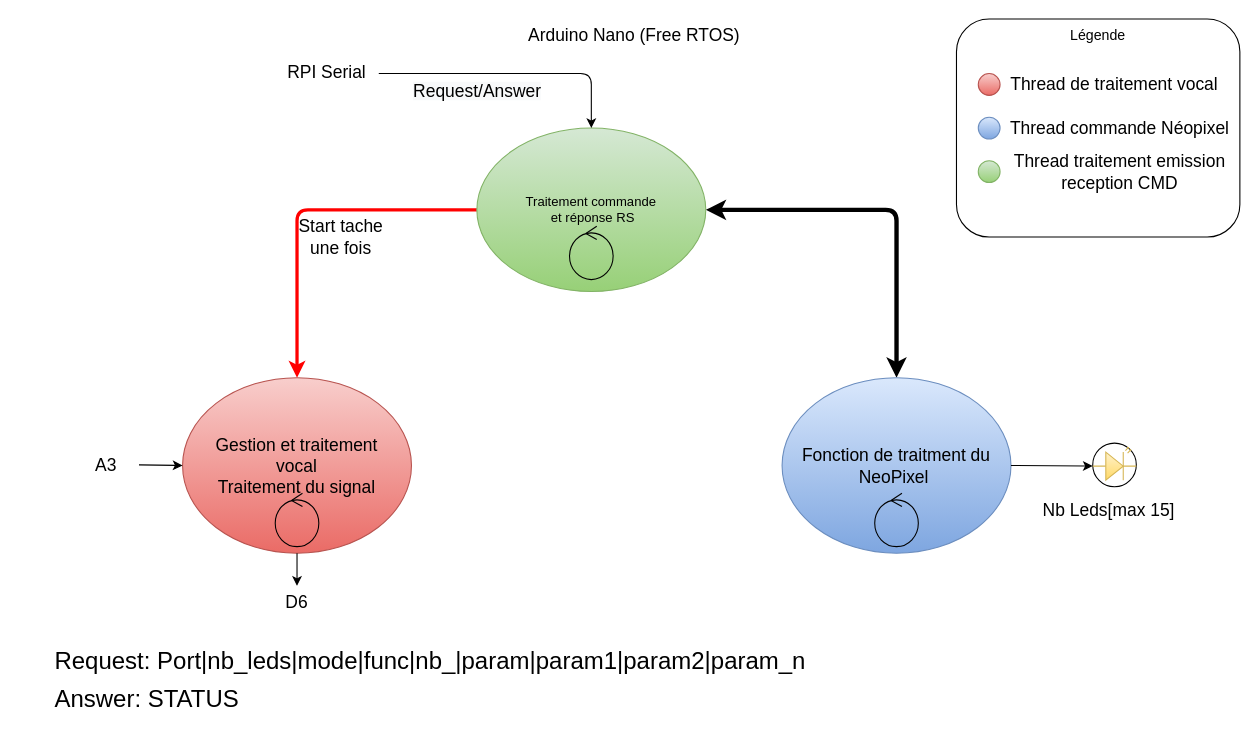
Before: page "Code Arduino Nano" (4 of 5) of 01 - Etude/Diagrammes système.drawio in QGim/OS_InMoov, a draw.io diagram. Source tidied: cells renumbered, new cells numbered last; positions are measured from the earlier drawing's top-left corner, leaving out a move shared by most shapes. Both pictures are drawn from the tidied source at 109%, with x=0, y=0 at pixel (40, 19).
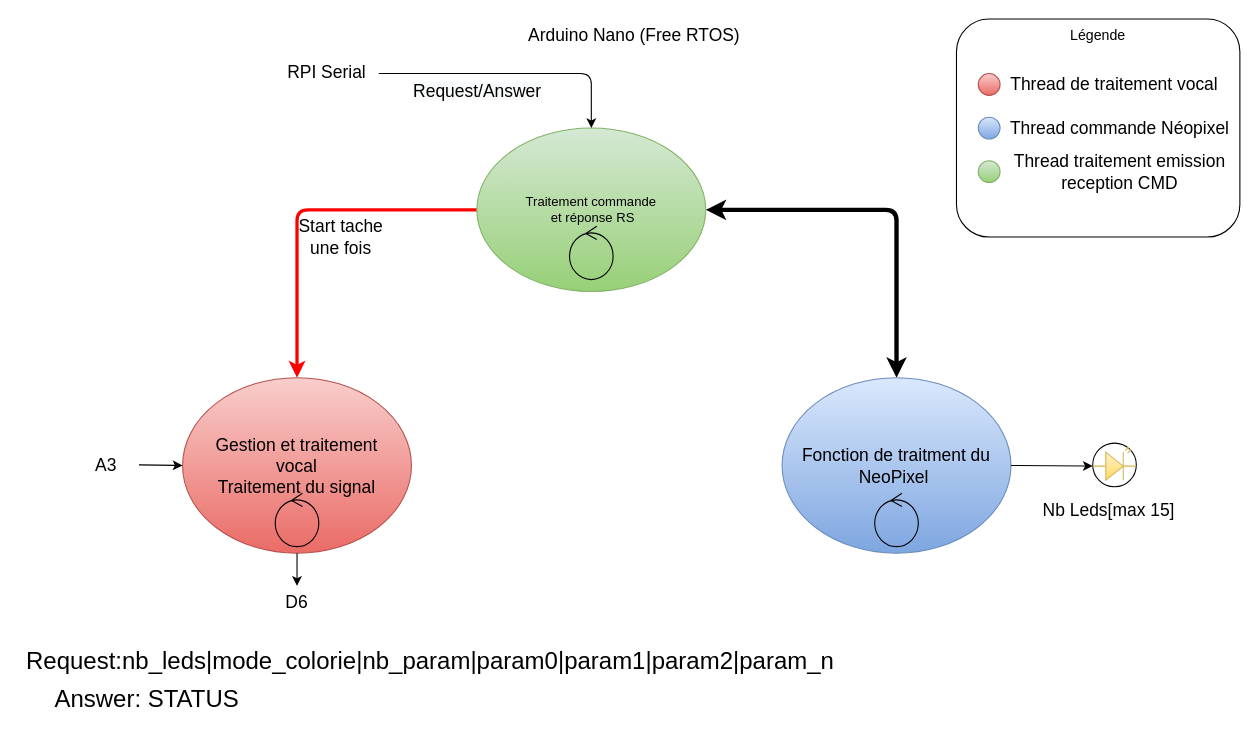
The same page after the edit.

What changed in the source:
```diff
@@
-    <mxCell id="32" value="&lt;font style=&quot;font-size: 22px&quot;&gt;Request: Port|nb_leds|mode|func|nb_|param|param1|param2|param_n&amp;nbsp;&lt;br&gt;&lt;/font&gt;" style="text;html=1;align=center;verticalAlign=middle;strokeColor=none;fillColor=none;" parent="1" vertex="1">
-      <mxGeometry y="570" width="720" height="40" as="geometry" />
+    <mxCell id="32" value="&lt;font style=&quot;font-size: 22px&quot;&gt;Request:nb_leds|mode_colorie|nb_param|param0|param1|param2|param_n&amp;nbsp;&lt;br&gt;&lt;/font&gt;" style="text;html=1;align=center;verticalAlign=middle;strokeColor=none;fillColor=none;" parent="1" vertex="1">
+      <mxGeometry x="-20" y="580" width="760" height="20" as="geometry" />
     </mxCell>
```
